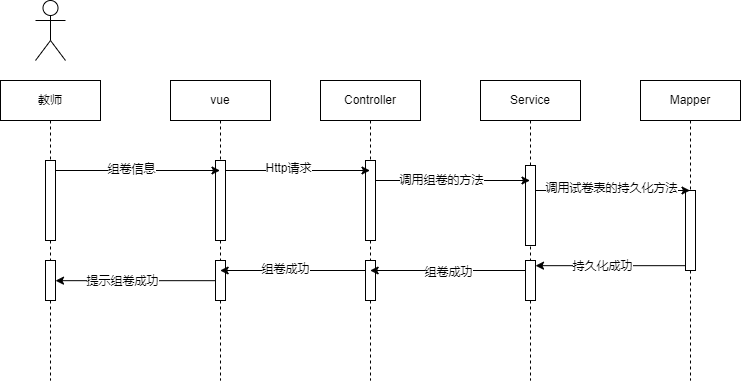
Earlier version of the draw.io export 组卷时序图.drawio.png (JackeyTower/pic-work). Source tidied: cells renumbered, new cells last; positions are measured from the earlier drawing's top-left corner, leaving out a move shared by most shapes.
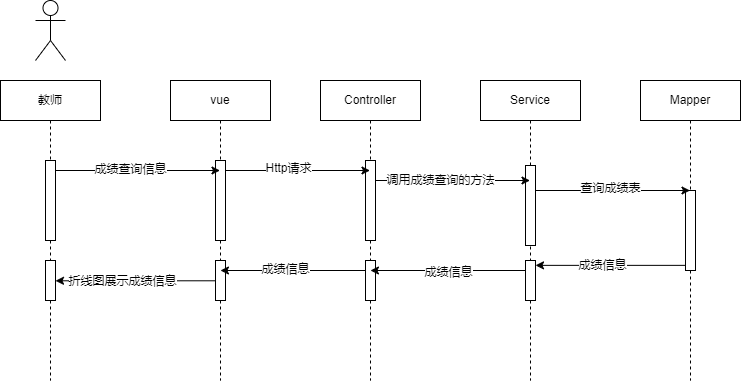
The same file after the commit.

Commit message:
更新组卷时序图.drawio.png

Change to the diagram source:
```diff
@@ -54,7 +54,7 @@
         </Array>
       </mxGeometry>
     </mxCell>
-    <mxCell id="18" value="组卷信息" style="edgeLabel;html=1;align=center;verticalAlign=middle;" parent="17" vertex="1">
+    <mxCell id="18" value="成绩查询信息" style="edgeLabel;html=1;align=center;verticalAlign=middle;" parent="17" vertex="1">
       <mxGeometry x="-0.31" y="1" relative="1" as="geometry">
         <mxPoint x="18" as="offset" />
       </mxGeometry>
@@ -76,7 +76,7 @@
         </Array>
       </mxGeometry>
     </mxCell>
-    <mxCell id="22" value="调用组卷的方法" style="edgeLabel;html=1;align=center;verticalAlign=middle;" parent="21" vertex="1">
+    <mxCell id="22" value="调用成绩查询的方法" style="edgeLabel;html=1;align=center;verticalAlign=middle;" parent="21" vertex="1">
       <mxGeometry x="-0.24" relative="1" as="geometry">
         <mxPoint x="6" as="offset" />
       </mxGeometry>
@@ -88,7 +88,7 @@
         </Array>
       </mxGeometry>
     </mxCell>
-    <mxCell id="24" value="调用试卷表的持久化方法" style="edgeLabel;html=1;align=center;verticalAlign=middle;" parent="23" vertex="1">
+    <mxCell id="24" value="查询成绩表" style="edgeLabel;html=1;align=center;verticalAlign=middle;" parent="23" vertex="1">
       <mxGeometry x="-0.18" y="2" relative="1" as="geometry">
         <mxPoint x="12" as="offset" />
       </mxGeometry>
@@ -96,7 +96,7 @@
     <mxCell id="25" style="edgeStyle=elbowEdgeStyle;rounded=0;jettySize=auto;html=1;elbow=vertical;curved=0;" parent="1" edge="1" source="16" target="14">
       <mxGeometry relative="1" as="geometry" />
     </mxCell>
-    <mxCell id="26" value="持久化成功" style="edgeLabel;html=1;align=center;verticalAlign=middle;" parent="25" vertex="1">
+    <mxCell id="26" value="成绩信息" style="edgeLabel;html=1;align=center;verticalAlign=middle;" parent="25" vertex="1">
       <mxGeometry x="0.11" relative="1" as="geometry" />
     </mxCell>
     <mxCell id="27" style="edgeStyle=elbowEdgeStyle;rounded=0;jettySize=auto;html=1;elbow=vertical;curved=0;" parent="1" edge="1" source="14" target="9">
@@ -106,7 +106,7 @@
         </Array>
       </mxGeometry>
     </mxCell>
-    <mxCell id="28" value="组卷成功" style="edgeLabel;html=1;align=center;verticalAlign=middle;" parent="27" vertex="1">
+    <mxCell id="28" value="成绩信息" style="edgeLabel;html=1;align=center;verticalAlign=middle;" parent="27" vertex="1">
       <mxGeometry x="-0.01" y="2" relative="1" as="geometry" />
     </mxCell>
     <mxCell id="29" style="edgeStyle=elbowEdgeStyle;rounded=0;jettySize=auto;html=1;elbow=vertical;curved=0;" parent="1" edge="1" source="11" target="6">
@@ -116,13 +116,13 @@
         </Array>
       </mxGeometry>
     </mxCell>
-    <mxCell id="30" value="组卷成功" style="edgeLabel;html=1;align=center;verticalAlign=middle;" parent="29" vertex="1">
+    <mxCell id="30" value="成绩信息" style="edgeLabel;html=1;align=center;verticalAlign=middle;" parent="29" vertex="1">
       <mxGeometry x="0.11" y="-1" relative="1" as="geometry" />
     </mxCell>
     <mxCell id="31" style="edgeStyle=elbowEdgeStyle;rounded=0;jettySize=auto;html=1;elbow=vertical;curved=0;" parent="1" edge="1" source="8" target="5">
       <mxGeometry relative="1" as="geometry" />
     </mxCell>
-    <mxCell id="32" value="提示组卷成功" style="edgeLabel;html=1;align=center;verticalAlign=middle;" parent="31" vertex="1">
+    <mxCell id="32" value="折线图展示成绩信息" style="edgeLabel;html=1;align=center;verticalAlign=middle;" parent="31" vertex="1">
       <mxGeometry x="0.16" relative="1" as="geometry" />
     </mxCell>
   </root>
```
